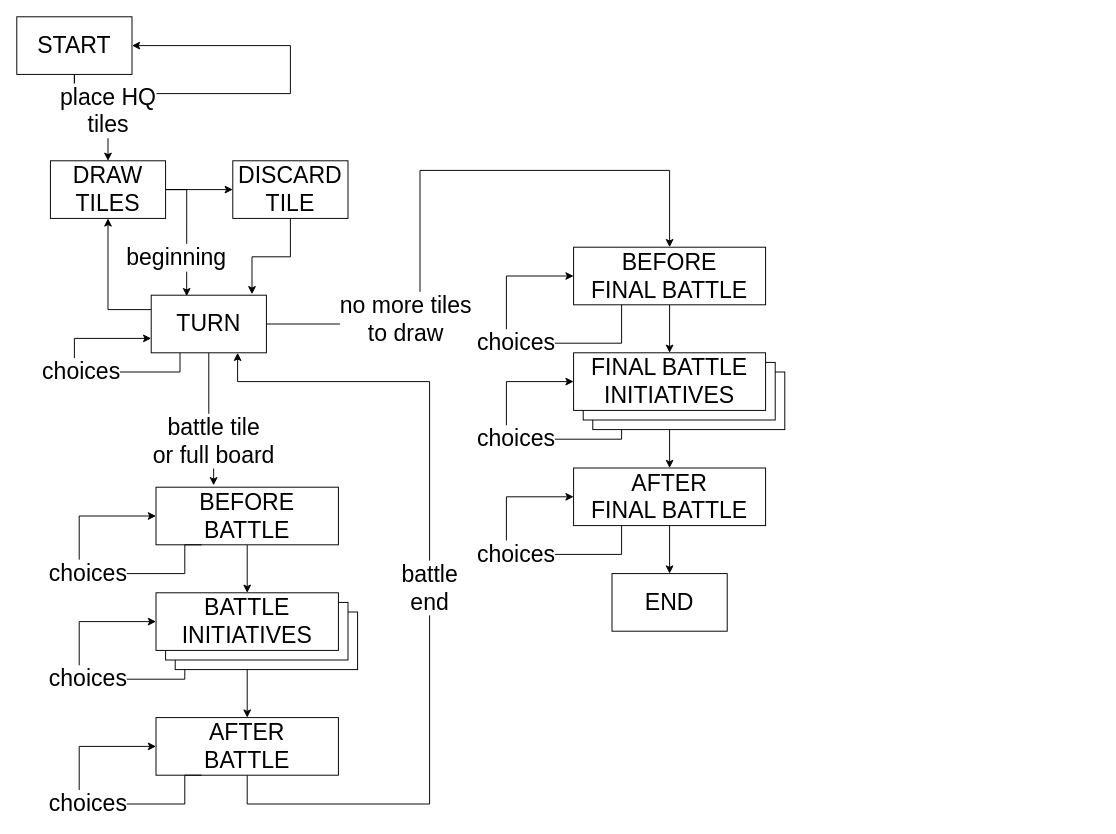
phoe-trash/nervous-island keeps this draw.io diagram as doc/game-state-machine.drawio. Above is the earlier version. Source tidied: cells renumbered, new cells numbered last; positions are measured from the earlier drawing's top-left corner, leaving out a move shared by most shapes. Both pictures are drawn from the tidied source at 96%, with x=0, y=0 at pixel (16, 16).
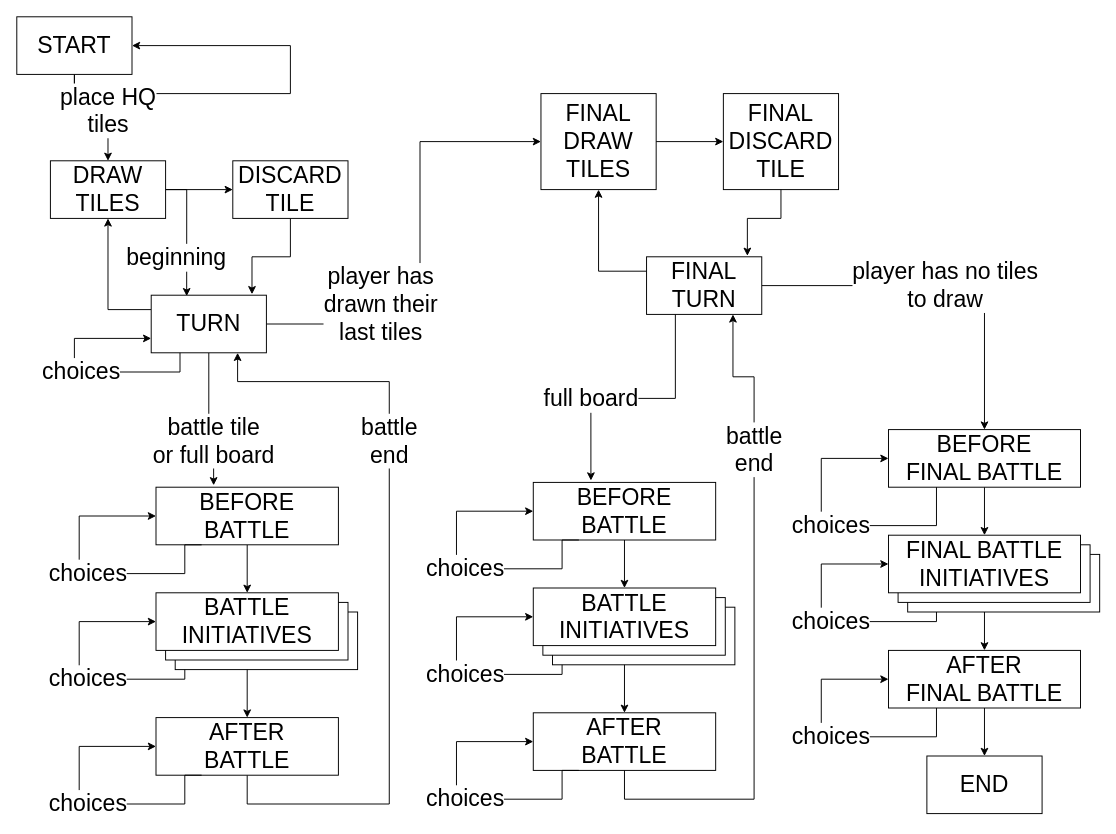
Above is the later version.

Unchanged cells that the change refers to:
```xml
<mxCell id="22" value="AFTER&lt;br&gt;BATTLE" style="rounded=0;whiteSpace=wrap;html=1;fontSize=24;" parent="1" vertex="1">
  <mxGeometry x="145" y="730" width="190" height="60" as="geometry" />
</mxCell>
<mxCell id="36" value="TURN" style="rounded=0;whiteSpace=wrap;html=1;fontSize=24;" parent="1" vertex="1">
  <mxGeometry x="140" y="290" width="120" height="60" as="geometry" />
</mxCell>
```

What changed in the source:
```diff
@@
     <mxCell id="5" value="choices" style="edgeStyle=orthogonalEdgeStyle;rounded=0;orthogonalLoop=1;jettySize=auto;html=1;exitX=0.25;exitY=1;exitDx=0;exitDy=0;entryX=0;entryY=0.5;entryDx=0;entryDy=0;labelBackgroundColor=#ffffff;fontSize=24;" parent="1" edge="1" source="27" target="27">
       <mxGeometry relative="1" as="geometry">
         <Array as="points">
-          <mxPoint x="630" y="440" />
-          <mxPoint x="510" y="440" />
-          <mxPoint x="510" y="380" />
+          <mxPoint x="958" y="630" />
+          <mxPoint x="838" y="630" />
+          <mxPoint x="838" y="570" />
         </Array>
       </mxGeometry>
     </mxCell>
     <mxCell id="6" value="&lt;div&gt;&lt;br&gt;&lt;/div&gt;" style="rounded=0;whiteSpace=wrap;html=1;fontSize=24;" parent="1" vertex="1">
-      <mxGeometry x="600" y="370" width="200" height="60" as="geometry" />
+      <mxGeometry x="928" y="560" width="200" height="60" as="geometry" />
     </mxCell>
     <mxCell id="7" value="&lt;div&gt;&lt;br&gt;&lt;/div&gt;" style="rounded=0;whiteSpace=wrap;html=1;fontSize=24;" parent="1" vertex="1">
-      <mxGeometry x="590" y="360" width="200" height="60" as="geometry" />
+      <mxGeometry x="918" y="550" width="200" height="60" as="geometry" />
     </mxCell>
@@
-    <mxCell id="13" value="no more tiles&lt;br&gt;to draw" style="edgeStyle=orthogonalEdgeStyle;rounded=0;jettySize=auto;html=1;labelBackgroundColor=#ffffff;fontSize=24;exitX=1;exitY=0.5;exitDx=0;exitDy=0;" parent="1" edge="1" source="36" target="26">
-      <mxGeometry x="-0.56" y="5" relative="1" as="geometry">
+    <mxCell id="13" value="player has &lt;br&gt;drawn their&lt;br&gt; last tiles" style="edgeStyle=orthogonalEdgeStyle;rounded=0;jettySize=auto;html=1;labelBackgroundColor=#ffffff;fontSize=24;exitX=1;exitY=0.5;exitDx=0;exitDy=0;entryX=0;entryY=0.5;entryDx=0;entryDy=0;" parent="1" edge="1" source="36" target="39">
+      <mxGeometry x="-0.5" y="20" relative="1" as="geometry">
         <Array as="points">
           <mxPoint x="420" y="320" />
-          <mxPoint x="420" y="160" />
-          <mxPoint x="680" y="160" />
+          <mxPoint x="420" y="130" />
         </Array>
       </mxGeometry>
     </mxCell>
@@
     <mxCell id="21" value="battle&lt;br&gt;end" style="edgeStyle=orthogonalEdgeStyle;rounded=0;jettySize=auto;html=1;exitX=0.5;exitY=1;exitDx=0;exitDy=0;labelBackgroundColor=#ffffff;fontSize=24;entryX=0.75;entryY=1;entryDx=0;entryDy=0;" parent="1" edge="1" source="22" target="36">
-      <mxGeometry relative="1" as="geometry">
+      <mxGeometry x="0.38" relative="1" as="geometry">
         <Array as="points">
           <mxPoint x="240" y="820" />
-          <mxPoint x="430" y="820" />
-          <mxPoint x="430" y="380" />
+          <mxPoint x="388" y="820" />
+          <mxPoint x="388" y="380" />
           <mxPoint x="230" y="380" />
         </Array>
       </mxGeometry>
     </mxCell>
@@
     <mxCell id="26" value="BEFORE&lt;br&gt;FINAL BATTLE" style="rounded=0;whiteSpace=wrap;html=1;fontSize=24;" parent="1" vertex="1">
-      <mxGeometry x="580" y="240" width="200" height="60" as="geometry" />
+      <mxGeometry x="908" y="430" width="200" height="60" as="geometry" />
     </mxCell>
     <mxCell id="27" value="FINAL BATTLE&lt;br&gt;INITIATIVES" style="rounded=0;whiteSpace=wrap;html=1;fontSize=24;" parent="1" vertex="1">
-      <mxGeometry x="580" y="350" width="200" height="60" as="geometry" />
+      <mxGeometry x="908" y="540" width="200" height="60" as="geometry" />
     </mxCell>
@@
     <mxCell id="29" value="AFTER&lt;br&gt;FINAL BATTLE" style="rounded=0;whiteSpace=wrap;html=1;fontSize=24;" parent="1" vertex="1">
-      <mxGeometry x="580" y="470" width="200" height="60" as="geometry" />
+      <mxGeometry x="908" y="660" width="200" height="60" as="geometry" />
     </mxCell>
     <mxCell id="30" value="END" style="rounded=0;whiteSpace=wrap;html=1;fontSize=24;" parent="1" vertex="1">
-      <mxGeometry x="620" y="580" width="120" height="60" as="geometry" />
+      <mxGeometry x="948" y="770" width="120" height="60" as="geometry" />
     </mxCell>
     <mxCell id="31" value="choices" style="edgeStyle=orthogonalEdgeStyle;rounded=0;orthogonalLoop=1;jettySize=auto;html=1;exitX=0.25;exitY=1;exitDx=0;exitDy=0;entryX=0;entryY=0.5;entryDx=0;entryDy=0;labelBackgroundColor=#ffffff;fontSize=24;" parent="1" edge="1" source="26" target="26">
       <mxGeometry relative="1" as="geometry">
         <Array as="points">
-          <mxPoint x="630" y="340" />
-          <mxPoint x="510" y="340" />
-          <mxPoint x="510" y="270" />
+          <mxPoint x="958" y="530" />
+          <mxPoint x="838" y="530" />
+          <mxPoint x="838" y="460" />
         </Array>
       </mxGeometry>
     </mxCell>
     <mxCell id="32" value="choices" style="edgeStyle=orthogonalEdgeStyle;rounded=0;orthogonalLoop=1;jettySize=auto;html=1;exitX=0.25;exitY=1;exitDx=0;exitDy=0;entryX=0;entryY=0.5;entryDx=0;entryDy=0;labelBackgroundColor=#ffffff;fontSize=24;" parent="1" edge="1" source="29" target="29">
       <mxGeometry relative="1" as="geometry">
         <Array as="points">
-          <mxPoint x="630" y="560" />
-          <mxPoint x="510" y="560" />
-          <mxPoint x="510" y="500" />
+          <mxPoint x="958" y="750" />
+          <mxPoint x="838" y="750" />
+          <mxPoint x="838" y="690" />
         </Array>
       </mxGeometry>
     </mxCell>
@@
+    <mxCell id="38" style="edgeStyle=orthogonalEdgeStyle;rounded=0;jettySize=auto;html=1;exitX=0.5;exitY=1;exitDx=0;exitDy=0;labelBackgroundColor=#ffffff;fontSize=24;" parent="1" edge="1" source="39">
+      <mxGeometry relative="1" as="geometry">
+        <mxPoint x="606" y="180" as="targetPoint" />
+      </mxGeometry>
+    </mxCell>
+    <mxCell id="39" value="FINAL&lt;br&gt;DRAW&lt;br&gt;TILES" style="rounded=0;whiteSpace=wrap;html=1;fontSize=24;" parent="1" vertex="1">
+      <mxGeometry x="546" y="80" width="120" height="100" as="geometry" />
+    </mxCell>
+    <mxCell id="40" value="FINAL&lt;br&gt;DISCARD&lt;br&gt;TILE" style="rounded=0;whiteSpace=wrap;html=1;fontSize=24;" parent="1" vertex="1">
+      <mxGeometry x="736" y="80" width="120" height="100" as="geometry" />
+    </mxCell>
+    <mxCell id="41" value="player has no tiles&lt;br&gt;to draw" style="edgeStyle=orthogonalEdgeStyle;rounded=0;jettySize=auto;html=1;exitX=1;exitY=0.5;exitDx=0;exitDy=0;entryX=0.5;entryY=0;entryDx=0;entryDy=0;labelBackgroundColor=#ffffff;fontSize=24;" parent="1" edge="1" source="42" target="26">
+      <mxGeometry relative="1" as="geometry" />
+    </mxCell>
+    <mxCell id="42" value="FINAL&lt;br&gt;TURN" style="rounded=0;whiteSpace=wrap;html=1;fontSize=24;" parent="1" vertex="1">
+      <mxGeometry x="656" y="250" width="120" height="60" as="geometry" />
+    </mxCell>
+    <mxCell id="43" style="edgeStyle=orthogonalEdgeStyle;rounded=0;jettySize=auto;html=1;exitX=0;exitY=0.25;exitDx=0;exitDy=0;entryX=0.5;entryY=1;entryDx=0;entryDy=0;labelBackgroundColor=#ffffff;fontSize=24;" parent="1" edge="1" source="42" target="39">
+      <mxGeometry relative="1" as="geometry" />
+    </mxCell>
+    <mxCell id="44" style="edgeStyle=orthogonalEdgeStyle;rounded=0;jettySize=auto;html=1;exitX=1;exitY=0.5;exitDx=0;exitDy=0;entryX=0;entryY=0.5;entryDx=0;entryDy=0;labelBackgroundColor=#ffffff;fontSize=24;" parent="1" edge="1" source="39" target="40">
+      <mxGeometry relative="1" as="geometry" />
+    </mxCell>
+    <mxCell id="45" style="edgeStyle=orthogonalEdgeStyle;rounded=0;jettySize=auto;html=1;exitX=0.5;exitY=1;exitDx=0;exitDy=0;labelBackgroundColor=#ffffff;fontSize=24;entryX=0.875;entryY=-0.017;entryDx=0;entryDy=0;entryPerimeter=0;" parent="1" edge="1" source="40" target="42">
+      <mxGeometry relative="1" as="geometry">
+        <Array as="points">
+          <mxPoint x="796" y="210" />
+          <mxPoint x="761" y="210" />
+        </Array>
+      </mxGeometry>
+    </mxCell>
+    <mxCell id="46" style="edgeStyle=orthogonalEdgeStyle;rounded=0;jettySize=auto;html=1;exitX=0.5;exitY=1;exitDx=0;exitDy=0;entryX=0.5;entryY=0;entryDx=0;entryDy=0;labelBackgroundColor=#ffffff;fontSize=24;" parent="1" edge="1" source="52" target="53">
+      <mxGeometry relative="1" as="geometry" />
+    </mxCell>
+    <mxCell id="47" value="choices" style="edgeStyle=orthogonalEdgeStyle;rounded=0;orthogonalLoop=1;jettySize=auto;html=1;exitX=0.25;exitY=1;exitDx=0;exitDy=0;entryX=0;entryY=0.5;entryDx=0;entryDy=0;labelBackgroundColor=#ffffff;fontSize=24;" parent="1" edge="1" source="52" target="52">
+      <mxGeometry relative="1" as="geometry">
+        <Array as="points">
+          <mxPoint x="568" y="655" />
+          <mxPoint x="568" y="685" />
+          <mxPoint x="458" y="685" />
+          <mxPoint x="458" y="625" />
+        </Array>
+      </mxGeometry>
+    </mxCell>
+    <mxCell id="48" value="&lt;div&gt;&lt;br&gt;&lt;/div&gt;" style="rounded=0;whiteSpace=wrap;html=1;fontSize=24;" parent="1" vertex="1">
+      <mxGeometry x="558" y="615" width="190" height="60" as="geometry" />
+    </mxCell>
+    <mxCell id="49" value="&lt;div&gt;&lt;br&gt;&lt;/div&gt;" style="rounded=0;whiteSpace=wrap;html=1;fontSize=24;" parent="1" vertex="1">
+      <mxGeometry x="548" y="605" width="190" height="60" as="geometry" />
+    </mxCell>
+    <mxCell id="50" style="edgeStyle=orthogonalEdgeStyle;rounded=0;jettySize=auto;html=1;exitX=0.5;exitY=1;exitDx=0;exitDy=0;entryX=0.5;entryY=0;entryDx=0;entryDy=0;labelBackgroundColor=#ffffff;fontSize=24;" parent="1" edge="1" source="51" target="52">
+      <mxGeometry relative="1" as="geometry" />
+    </mxCell>
+    <mxCell id="51" value="&lt;div&gt;BEFORE&lt;/div&gt;&lt;div&gt;BATTLE&lt;br&gt;&lt;/div&gt;" style="rounded=0;whiteSpace=wrap;html=1;fontSize=24;" parent="1" vertex="1">
+      <mxGeometry x="538" y="485" width="190" height="60" as="geometry" />
+    </mxCell>
+    <mxCell id="52" value="BATTLE&lt;br&gt;INITIATIVES" style="rounded=0;whiteSpace=wrap;html=1;fontSize=24;" parent="1" vertex="1">
+      <mxGeometry x="538" y="595" width="190" height="60" as="geometry" />
+    </mxCell>
+    <mxCell id="53" value="AFTER&lt;br&gt;BATTLE" style="rounded=0;whiteSpace=wrap;html=1;fontSize=24;" parent="1" vertex="1">
+      <mxGeometry x="538" y="725" width="190" height="60" as="geometry" />
+    </mxCell>
+    <mxCell id="54" value="choices" style="edgeStyle=orthogonalEdgeStyle;rounded=0;orthogonalLoop=1;jettySize=auto;html=1;exitX=0.25;exitY=1;exitDx=0;exitDy=0;entryX=0;entryY=0.5;entryDx=0;entryDy=0;labelBackgroundColor=#ffffff;fontSize=24;" parent="1" edge="1" source="51" target="51">
+      <mxGeometry relative="1" as="geometry">
+        <Array as="points">
+          <mxPoint x="568" y="545" />
+          <mxPoint x="568" y="575" />
+          <mxPoint x="458" y="575" />
+          <mxPoint x="458" y="515" />
+        </Array>
+      </mxGeometry>
+    </mxCell>
+    <mxCell id="55" value="choices" style="edgeStyle=orthogonalEdgeStyle;rounded=0;orthogonalLoop=1;jettySize=auto;html=1;exitX=0.25;exitY=1;exitDx=0;exitDy=0;entryX=0;entryY=0.5;entryDx=0;entryDy=0;labelBackgroundColor=#ffffff;fontSize=24;" parent="1" edge="1" source="53" target="53">
+      <mxGeometry relative="1" as="geometry">
+        <Array as="points">
+          <mxPoint x="568" y="785" />
+          <mxPoint x="568" y="815" />
+          <mxPoint x="458" y="815" />
+          <mxPoint x="458" y="755" />
+        </Array>
+      </mxGeometry>
+    </mxCell>
+    <mxCell id="56" value="full board" style="edgeStyle=orthogonalEdgeStyle;rounded=0;jettySize=auto;html=1;entryX=0.316;entryY=-0.033;entryDx=0;entryDy=0;entryPerimeter=0;labelBackgroundColor=#ffffff;fontSize=24;exitX=0.25;exitY=1;exitDx=0;exitDy=0;" parent="1" edge="1" source="42" target="51">
+      <mxGeometry x="0.35" relative="1" as="geometry" />
+    </mxCell>
+    <mxCell id="57" value="battle&lt;br&gt;end" style="edgeStyle=orthogonalEdgeStyle;rounded=0;jettySize=auto;html=1;exitX=0.5;exitY=1;exitDx=0;exitDy=0;labelBackgroundColor=#ffffff;fontSize=24;entryX=0.75;entryY=1;entryDx=0;entryDy=0;" parent="1" edge="1" source="53" target="42">
+      <mxGeometry x="0.53" relative="1" as="geometry">
+        <Array as="points">
+          <mxPoint x="633" y="815" />
+          <mxPoint x="768" y="815" />
+          <mxPoint x="768" y="375" />
+          <mxPoint x="746" y="375" />
+        </Array>
+      </mxGeometry>
+    </mxCell>
```
